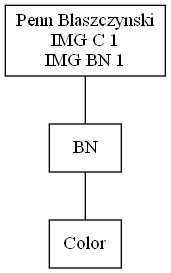
This is Fase1/clientesEnEspera.png from d-acetun/simulacion-sistema-impresion-de-imagenes, a Graphviz export, as it was before one commit. Its source is kept beside it as Fase1/clientesEnEspera.dot.
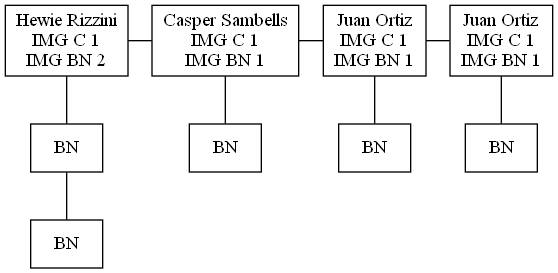
The same diagram one commit later.

What changed in the source:
```diff
@@ -1,10 +1,25 @@
 digraph ClientesEnEspera {
 node[shape=box]
 edge[arrowhead=none]
-0 [label="Penn Blaszczynski\nIMG C 1\nIMG BN 1"]
+0 [label="Hewie Rizzini\nIMG C 1\nIMG BN 2"]
 1 [label=BN]
-2 [label=Color]
+2 [label=BN]
+3 [label="Casper Sambells\nIMG C 1\nIMG BN 1"]
+4 [label=BN]
+5 [label="Juan Ortiz\nIMG C 1\nIMG BN 1"]
+6 [label=BN]
+7 [label="Juan Ortiz\nIMG C 1\nIMG BN 1"]
+8 [label=BN]
 0->1
 1->2
+0->3
+3->4
+3->5
+5->6
+5->7
+7->8
+{rank=same; 0; 3}
+{rank=same; 3; 5}
+{rank=same; 5; 7}
 rankdir=TB
 }
```
